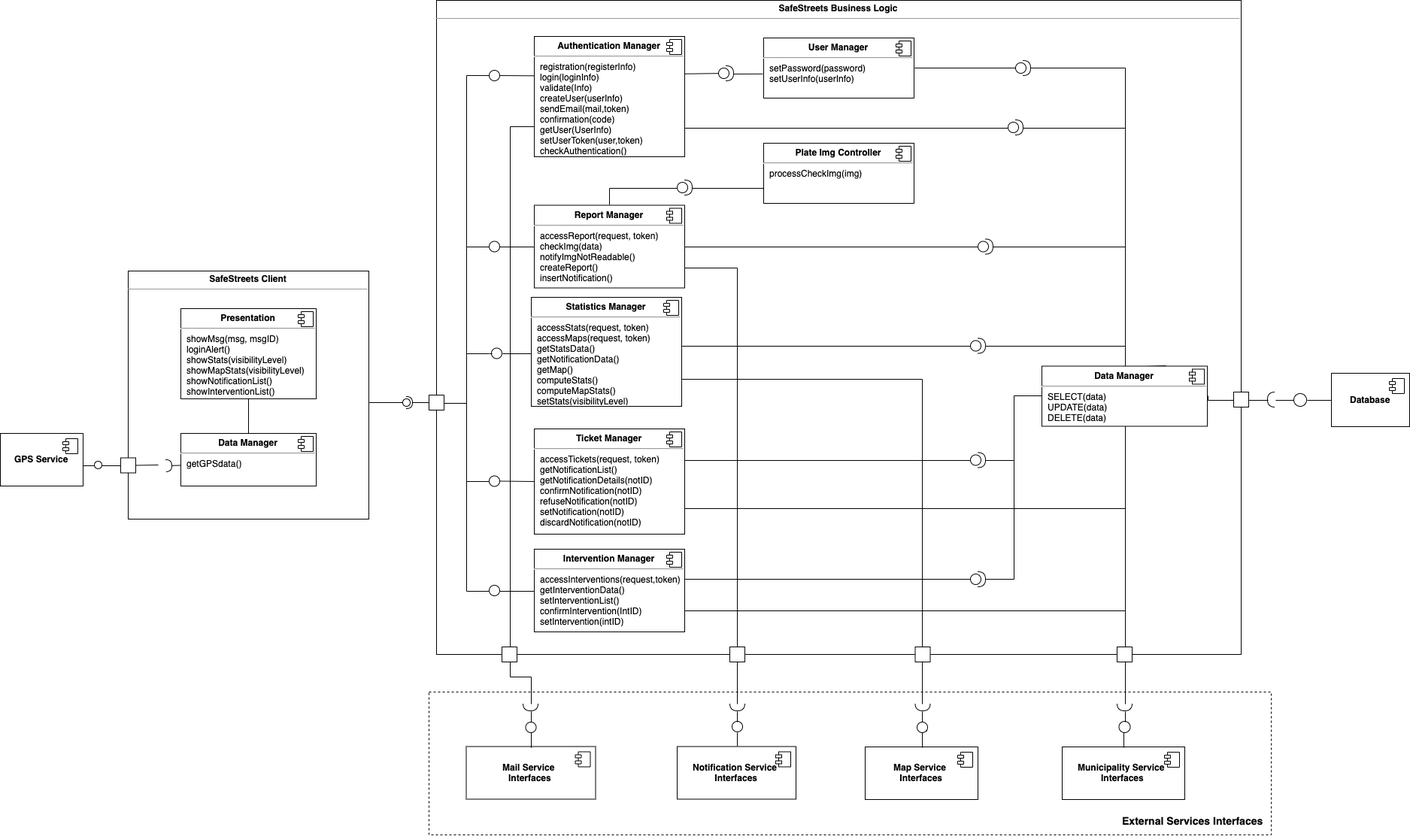
The draw.io diagram DD/Images/Diagrams/interface_diagram.png in adrianomundo/FaddaMundoRota, before a commit. Source tidied: cells renumbered, new cells last; positions are measured from the earlier drawing's top-left corner, leaving out a move shared by most shapes.
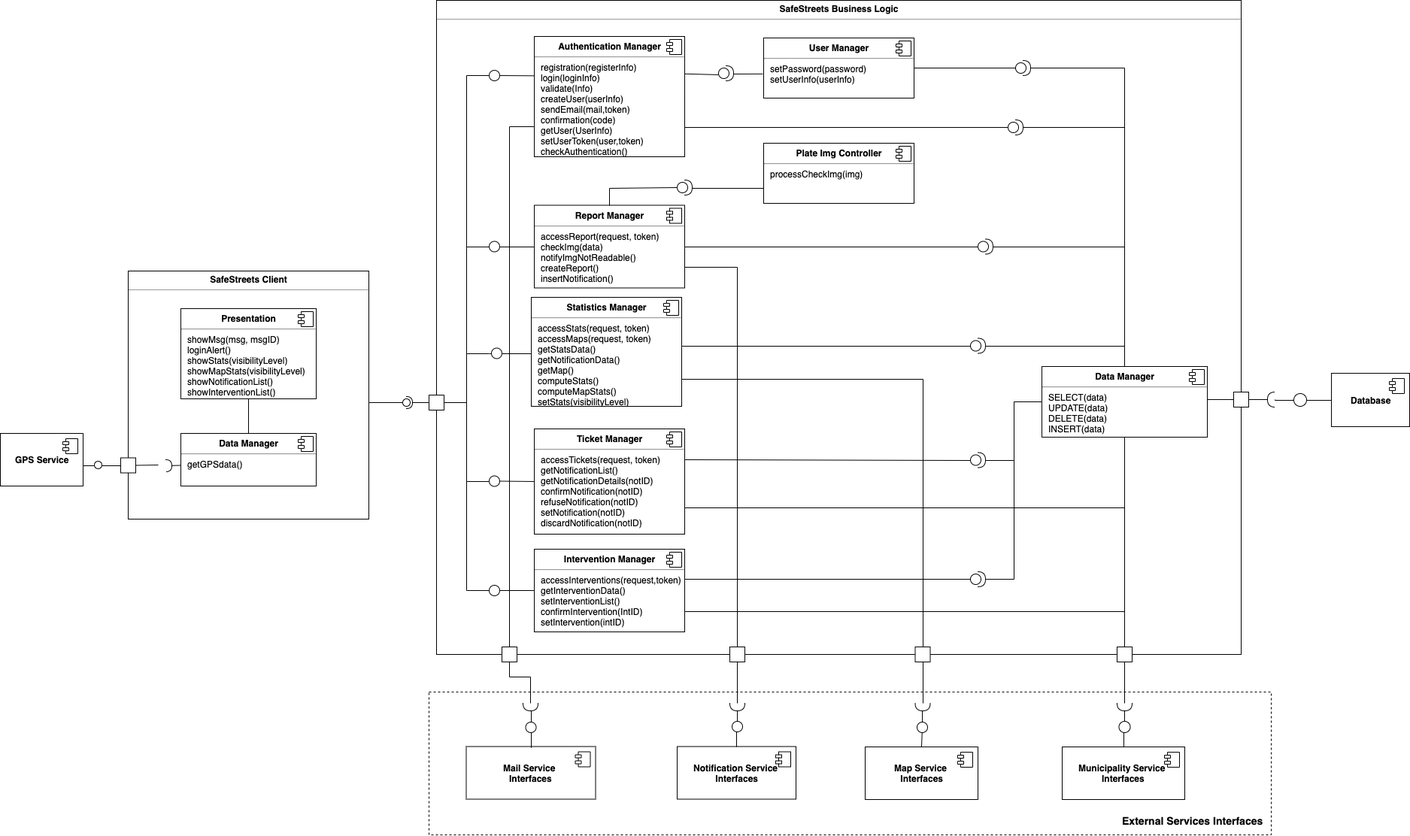
The same file after the commit.

The edit, as a diff of the source:
```diff
@@ -222,8 +222,8 @@
         </Array>
       </mxGeometry>
     </mxCell>
-    <mxCell id="54" value="&lt;p style=&quot;margin: 0px ; margin-top: 6px ; text-align: center&quot;&gt;&lt;b&gt;Data Manager&lt;/b&gt;&lt;/p&gt;&lt;hr&gt;&lt;p style=&quot;margin: 0px ; margin-left: 8px&quot;&gt;SELECT(data)&lt;/p&gt;&lt;p style=&quot;margin: 0px ; margin-left: 8px&quot;&gt;UPDATE(data)&lt;/p&gt;&lt;p style=&quot;margin: 0px ; margin-left: 8px&quot;&gt;DELETE(data)&lt;/p&gt;" style="align=left;overflow=fill;html=1;" parent="1" vertex="1">
-      <mxGeometry x="1385" y="486.5" width="220" height="80" as="geometry" />
+    <mxCell id="54" value="&lt;p style=&quot;margin: 0px ; margin-top: 6px ; text-align: center&quot;&gt;&lt;b&gt;Data Manager&lt;/b&gt;&lt;/p&gt;&lt;hr&gt;&lt;p style=&quot;margin: 0px ; margin-left: 8px&quot;&gt;SELECT(data)&lt;/p&gt;&lt;p style=&quot;margin: 0px ; margin-left: 8px&quot;&gt;UPDATE(data)&lt;/p&gt;&lt;p style=&quot;margin: 0px ; margin-left: 8px&quot;&gt;DELETE(data)&lt;/p&gt;&lt;p style=&quot;margin: 0px ; margin-left: 8px&quot;&gt;INSERT(data)&lt;/p&gt;" style="align=left;overflow=fill;html=1;" parent="1" vertex="1">
+      <mxGeometry x="1385" y="487" width="220" height="94" as="geometry" />
     </mxCell>
     <mxCell id="55" style="shape=component;jettyWidth=8;jettyHeight=4;" parent="54" vertex="1">
       <mxGeometry x="1" width="20" height="20" relative="1" as="geometry">
```
